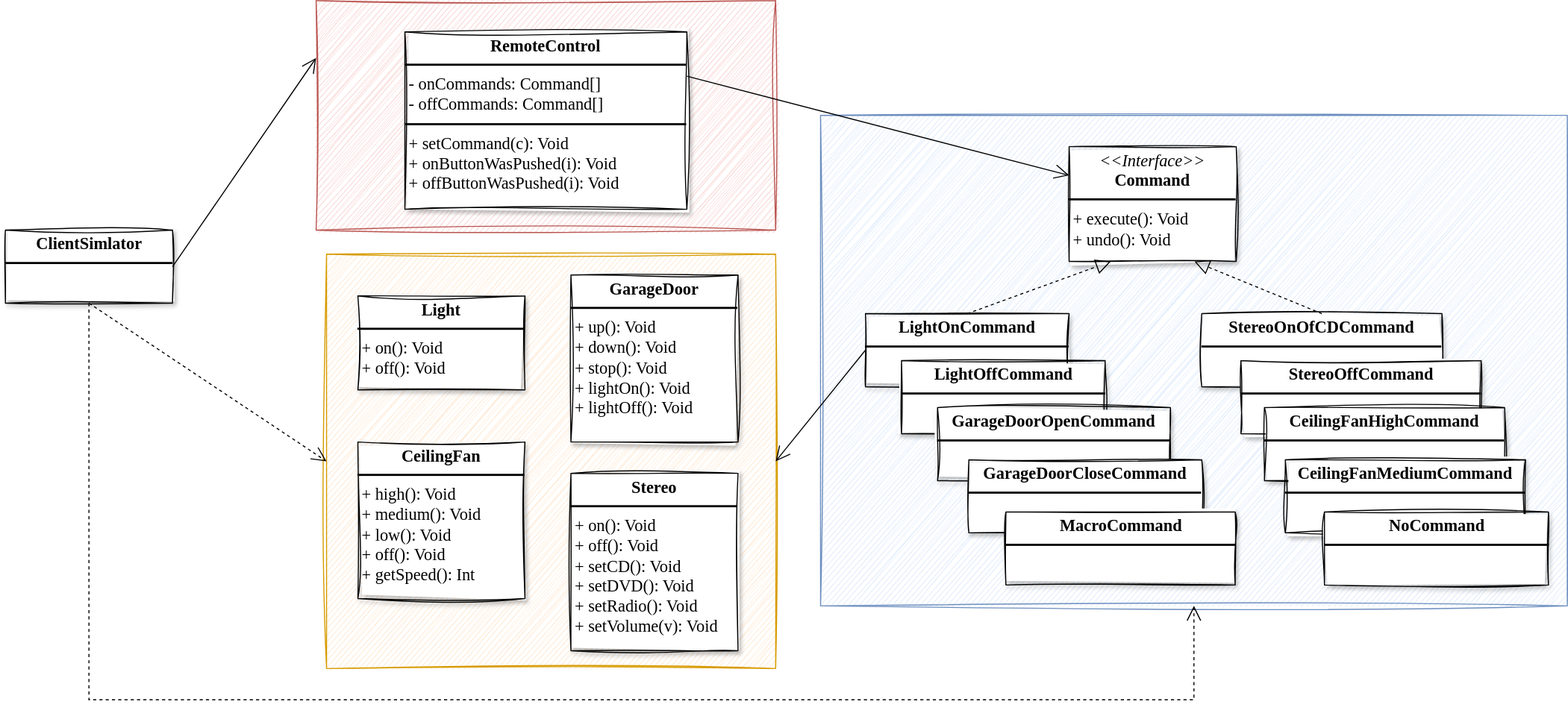
sxy2002/DesignPatterns keeps this draw.io diagram as img/command_pattern.svg. Above is the earlier version. Source tidied: cells renumbered, new cells last; positions are measured from the earlier drawing's top-left corner, leaving out a move shared by most shapes.
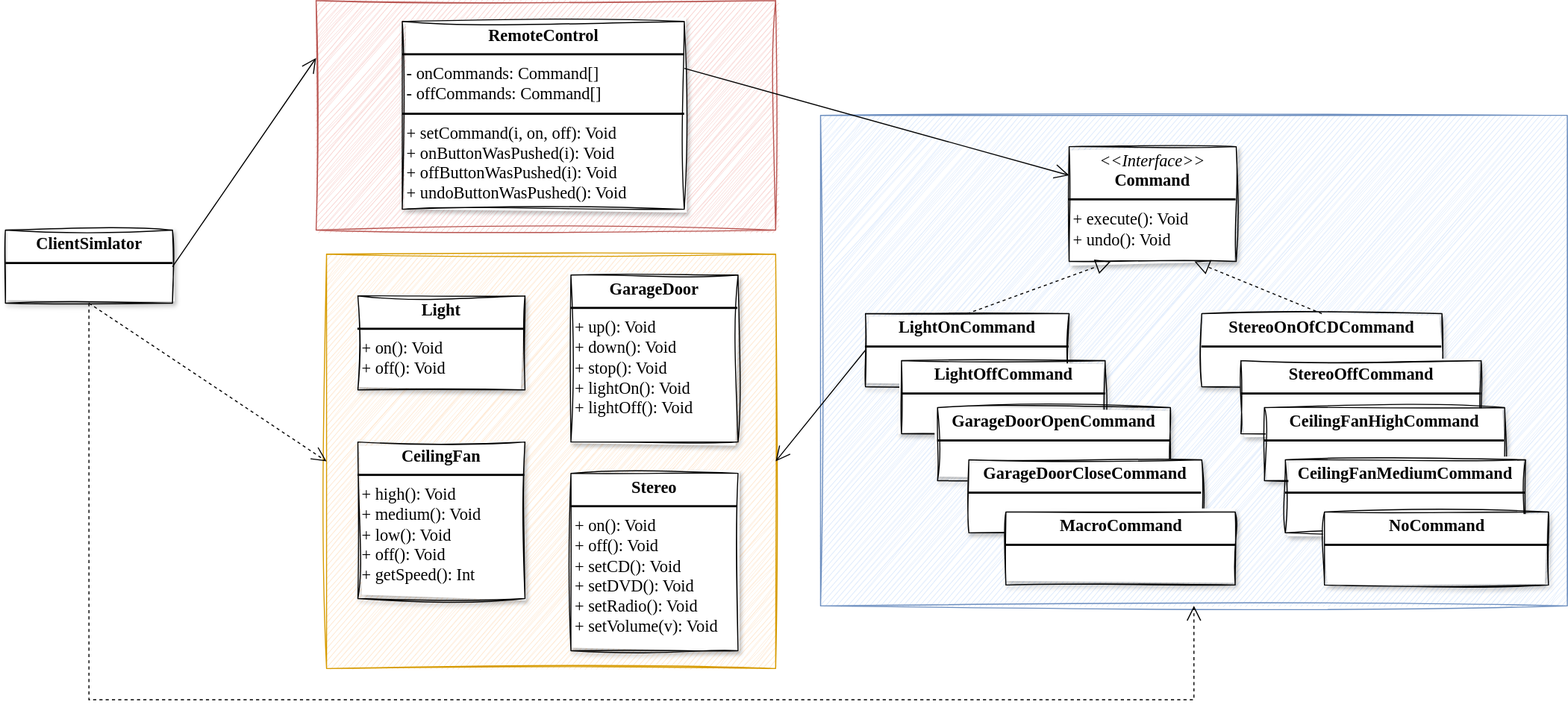
After the commit.

Diff of the diagram source:
```diff
@@ -11,8 +11,8 @@
     <mxCell id="4" style="rounded=0;whiteSpace=wrap;html=1;fillColor=#f8cecc;strokeColor=#b85450;sketch=1;curveFitting=1;jiggle=2;" parent="1" vertex="1">
       <mxGeometry x="298" width="440" height="220" as="geometry" />
     </mxCell>
-    <mxCell id="5" value="&lt;p style=&quot;margin: 4px 0px 0px; text-align: center; font-size: 16px;&quot;&gt;&lt;b style=&quot;font-size: 16px;&quot;&gt;RemoteControl&lt;/b&gt;&lt;/p&gt;&lt;hr style=&quot;border-style: solid; font-size: 16px;&quot;&gt;&lt;p style=&quot;margin: 0px 0px 0px 4px; font-size: 16px;&quot;&gt;- onCommands:&amp;nbsp;Command[]&lt;/p&gt;&lt;p style=&quot;margin: 0px 0px 0px 4px; font-size: 16px;&quot;&gt;- offCommands: Command[]&lt;/p&gt;&lt;hr style=&quot;border-style: solid; font-size: 16px;&quot;&gt;&lt;p style=&quot;margin: 0px 0px 0px 4px; font-size: 16px;&quot;&gt;+ setCommand(c): Void&lt;/p&gt;&lt;p style=&quot;margin: 0px 0px 0px 4px; font-size: 16px;&quot;&gt;+ onButtonWasPushed(i): Void&lt;br&gt;&lt;/p&gt;&lt;p style=&quot;margin: 0px 0px 0px 4px; font-size: 16px;&quot;&gt;+ offButtonWasPushed(i): Void&lt;/p&gt;" style="verticalAlign=top;align=left;overflow=fill;html=1;textShadow=0;sketch=1;curveFitting=1;jiggle=2;fontFamily=Comic Sans MS;fontSize=16;shadow=1;" parent="1" vertex="1">
-      <mxGeometry x="383" y="30" width="270" height="170" as="geometry" />
+    <mxCell id="5" value="&lt;p style=&quot;margin: 4px 0px 0px; text-align: center; font-size: 16px;&quot;&gt;&lt;b style=&quot;font-size: 16px;&quot;&gt;RemoteControl&lt;/b&gt;&lt;/p&gt;&lt;hr style=&quot;border-style: solid; font-size: 16px;&quot;&gt;&lt;p style=&quot;margin: 0px 0px 0px 4px; font-size: 16px;&quot;&gt;- onCommands:&amp;nbsp;Command[]&lt;/p&gt;&lt;p style=&quot;margin: 0px 0px 0px 4px; font-size: 16px;&quot;&gt;- offCommands: Command[]&lt;/p&gt;&lt;hr style=&quot;border-style: solid; font-size: 16px;&quot;&gt;&lt;p style=&quot;margin: 0px 0px 0px 4px; font-size: 16px;&quot;&gt;+ setCommand(i, on, off): Void&lt;/p&gt;&lt;p style=&quot;margin: 0px 0px 0px 4px; font-size: 16px;&quot;&gt;+ onButtonWasPushed(i): Void&lt;br&gt;&lt;/p&gt;&lt;p style=&quot;margin: 0px 0px 0px 4px; font-size: 16px;&quot;&gt;+ offButtonWasPushed(i): Void&lt;/p&gt;&lt;p style=&quot;margin: 0px 0px 0px 4px; font-size: 16px;&quot;&gt;+ undoButtonWasPushed(): Void&lt;/p&gt;" style="verticalAlign=top;align=left;overflow=fill;html=1;textShadow=0;sketch=1;curveFitting=1;jiggle=2;fontFamily=Comic Sans MS;fontSize=16;shadow=1;" parent="1" vertex="1">
+      <mxGeometry x="380.5" y="20" width="270" height="180" as="geometry" />
     </mxCell>
     <mxCell id="6" value="&lt;p style=&quot;margin: 4px 0px 0px; text-align: center; font-size: 16px;&quot;&gt;&lt;i style=&quot;font-size: 16px;&quot;&gt;&amp;lt;&amp;lt;Interface&amp;gt;&amp;gt;&lt;/i&gt;&lt;br style=&quot;font-size: 16px;&quot;&gt;&lt;b&gt;Command&lt;/b&gt;&lt;/p&gt;&lt;hr style=&quot;border-style: solid; font-size: 16px;&quot;&gt;&lt;p style=&quot;margin: 0px 0px 0px 4px; font-size: 16px;&quot;&gt;&lt;/p&gt;&lt;p style=&quot;margin: 0px 0px 0px 4px; font-size: 16px;&quot;&gt;+ execute(): Void&lt;br&gt;&lt;/p&gt;&lt;p style=&quot;margin: 0px 0px 0px 4px; font-size: 16px;&quot;&gt;+ undo(): Void&lt;/p&gt;" style="verticalAlign=top;align=left;overflow=fill;html=1;fontFamily=Comic Sans MS;fontSize=16;sketch=1;curveFitting=1;jiggle=2;rounded=0;shadow=1;glass=0;" parent="1" vertex="1">
       <mxGeometry x="1019" y="140" width="160" height="110" as="geometry" />
```
